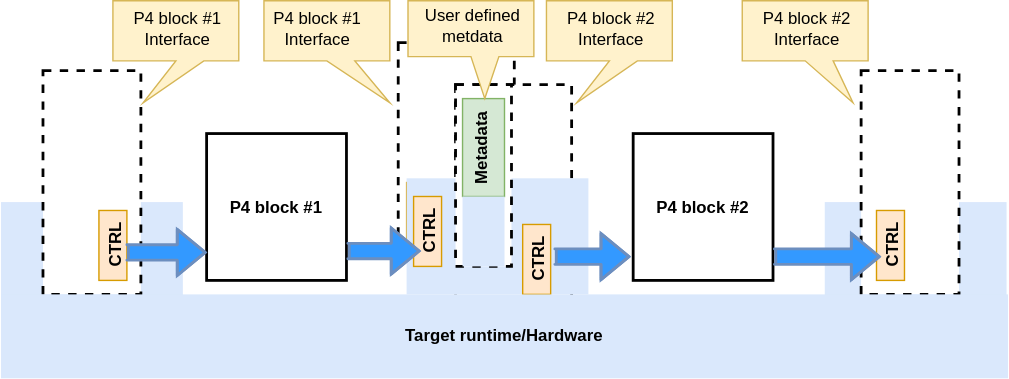
The draw.io diagram Network/P4/images/p4-arch-model.svg in mmiele/TechnicalNotes, before a commit. Source tidied: cells renumbered, new cells last; positions are measured from the earlier drawing's top-left corner, leaving out a move shared by most shapes.
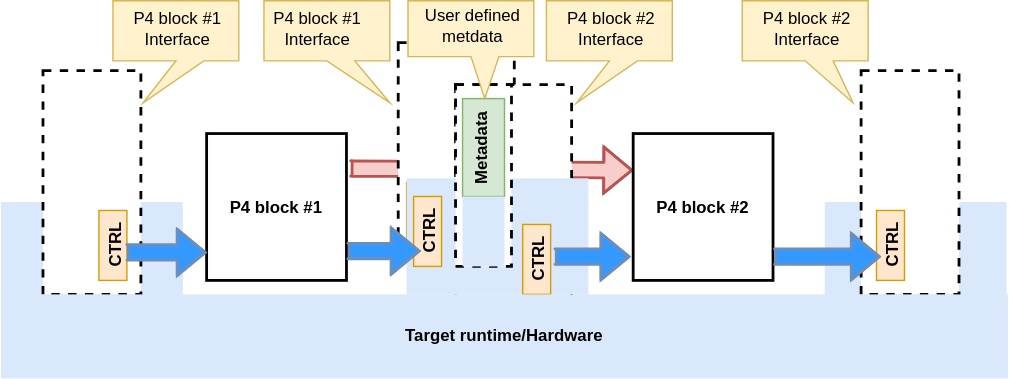
The same file after the commit.

Diff of the diagram source:
```diff
@@ -2,6 +2,14 @@
   <root>
     <mxCell id="0" />
     <mxCell id="1" parent="0" />
+    <mxCell id="54" style="shape=flexArrow;endArrow=classic;html=1;strokeWidth=2;fillColor=#f8cecc;strokeColor=#b85450;entryX=0;entryY=0.25;entryDx=0;entryDy=0;" parent="1" edge="1" target="5">
+      <mxGeometry relative="1" as="geometry">
+        <mxPoint x="250" y="120" as="sourcePoint" />
+        <Array as="points">
+          <mxPoint x="250" y="120" />
+        </Array>
+      </mxGeometry>
+    </mxCell>
     <mxCell id="2" style="rounded=0;whiteSpace=wrap;html=1;glass=0;strokeColor=none;strokeWidth=1;fillColor=#dae8fc;" parent="1" vertex="1">
       <mxGeometry x="589" y="144" width="130" height="83" as="geometry" />
     </mxCell>
```
